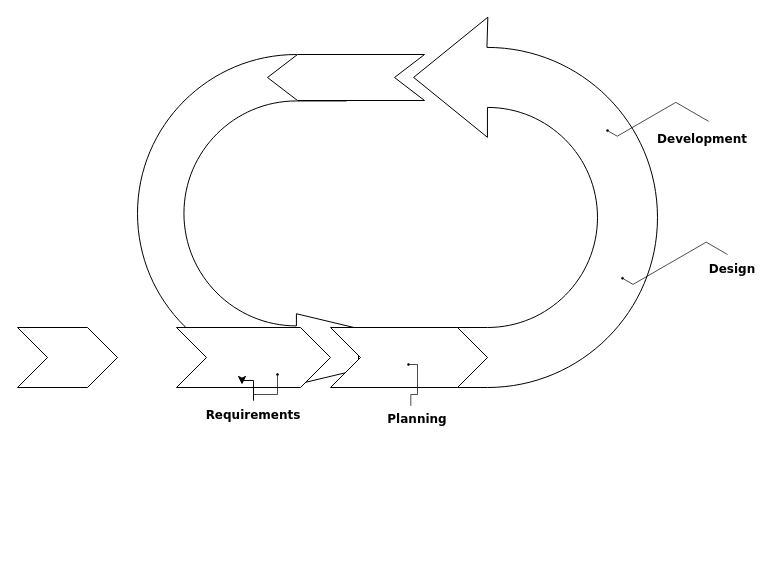
The draw.io diagram Chapter 5.drawio in ur1el0/Capstone, before the edit. Source tidied: cells renumbered, new cells numbered last; positions are measured from the earlier drawing's top-left corner, leaving out a move shared by most shapes. Both pictures are drawn from the tidied source at 100%, with x=0, y=0 at pixel (17, 17).
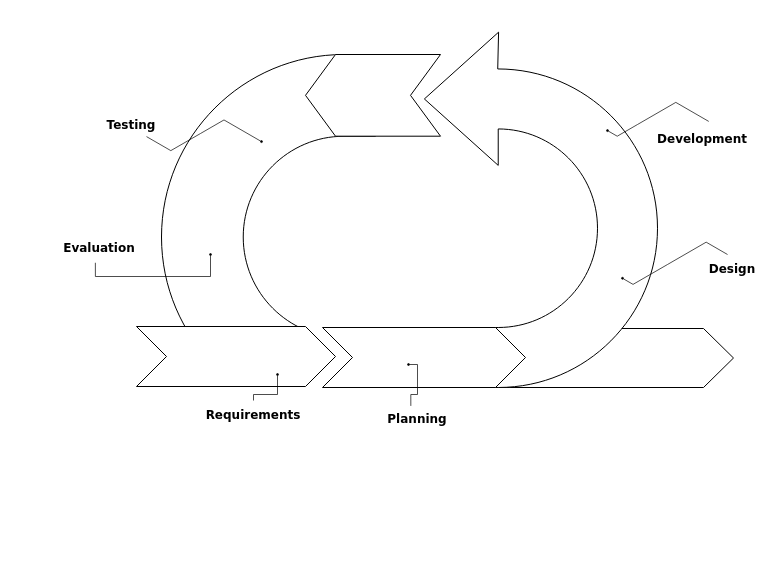
Above is the later version.

Commit message:
draft chap 5 fig 4

The change refers to these unchanged cells:
```xml
<mxCell id="7" value="&lt;b&gt;&lt;font face=&quot;Verdana&quot;&gt;Requirements&lt;/font&gt;&lt;/b&gt;" style="text;html=1;whiteSpace=wrap;strokeColor=none;fillColor=none;align=center;verticalAlign=middle;rounded=0;" parent="1" vertex="1">
  <mxGeometry x="206" y="383" width="60" height="30" as="geometry" />
</mxCell>
```

Change to the diagram source:
```diff
@@
+    <mxCell id="17" style="html=1;shadow=0;dashed=0;align=center;verticalAlign=middle;shape=mxgraph.arrows2.arrow;dy=0;dx=30;notch=30;strokeColor=default;perimeterSpacing=6;" parent="1" vertex="1">
+      <mxGeometry x="476" y="311" width="240" height="59" as="geometry" />
+    </mxCell>
-    <mxCell id="2" style="html=1;shadow=0;dashed=0;align=center;verticalAlign=middle;shape=mxgraph.arrows2.uTurnArrow;dy=23.22;arrowHead=70.76;dx2=147.95;direction=east;flipH=0;legacyAnchorPoints=0;flipV=1;fixDash=0;contract=0;comic=0;miterlimit=4;linecap=square;strokeColor=default;" parent="1" vertex="1">
-      <mxGeometry x="120" y="37" width="209" height="330" as="geometry" />
+    <mxCell id="2" style="html=1;shadow=0;dashed=0;align=center;verticalAlign=middle;shape=mxgraph.arrows2.uTurnArrow;dy=40.87;arrowHead=107.7;dx2=147.95;direction=east;flipH=0;legacyAnchorPoints=0;flipV=1;fixDash=0;contract=0;comic=0;miterlimit=4;linecap=square;strokeColor=default;" parent="1" vertex="1">
+      <mxGeometry x="144" y="37" width="214" height="378" as="geometry" />
     </mxCell>
+    <mxCell id="18" style="rounded=0;whiteSpace=wrap;html=1;fillColor=default;strokeColor=none;" parent="1" vertex="1">
+      <mxGeometry x="285" y="239" width="185" height="168" as="geometry" />
+    </mxCell>
+    <mxCell id="19" style="rounded=0;whiteSpace=wrap;html=1;fillColor=default;strokeColor=none;" parent="1" vertex="1">
+      <mxGeometry x="199" y="360" width="260" height="168" as="geometry" />
+    </mxCell>
-    <mxCell id="3" style="html=1;shadow=0;dashed=0;align=center;verticalAlign=middle;shape=mxgraph.arrows2.uTurnArrow;dy=30;arrowHead=119.81;dx2=73.83;direction=west;flipH=0;legacyAnchorPoints=0;flipV=1;fixDash=0;contract=0;comic=0;miterlimit=4;linecap=square;strokeColor=default;" parent="1" vertex="1">
-      <mxGeometry x="341" width="299" height="370" as="geometry" />
+    <mxCell id="3" style="html=1;shadow=0;dashed=0;align=center;verticalAlign=middle;shape=mxgraph.arrows2.uTurnArrow;dy=30;arrowHead=132.89;dx2=73.83;direction=west;flipH=0;legacyAnchorPoints=0;flipV=1;fixDash=0;contract=0;comic=0;miterlimit=4;linecap=square;strokeColor=default;" parent="1" vertex="1">
+      <mxGeometry x="341" y="15" width="299" height="355" as="geometry" />
     </mxCell>
     <mxCell id="4" style="html=1;shadow=0;dashed=0;align=center;verticalAlign=middle;shape=mxgraph.arrows2.arrow;dy=0;dx=30;notch=30;strokeColor=default;perimeterSpacing=6;" parent="1" vertex="1">
-      <mxGeometry x="313" y="310" width="157" height="60" as="geometry" />
+      <mxGeometry x="305" y="310" width="203" height="60" as="geometry" />
     </mxCell>
     <mxCell id="5" style="html=1;shadow=0;dashed=0;align=center;verticalAlign=middle;shape=mxgraph.arrows2.arrow;dy=0;dx=30;notch=30;" parent="1" vertex="1">
-      <mxGeometry x="159" y="310" width="154" height="60" as="geometry" />
+      <mxGeometry x="119" y="309" width="199" height="60" as="geometry" />
     </mxCell>
-    <mxCell id="6" style="edgeStyle=orthogonalEdgeStyle;rounded=0;jettySize=auto;html=1;" parent="1" edge="1" source="7" target="2">
-      <mxGeometry relative="1" as="geometry" />
-    </mxCell>
@@
+    <mxCell id="20" style="endArrow=oval;html=1;rounded=0;fontSize=12;startSize=8;endSize=2;endFill=1;edgeStyle=isometricEdgeStyle;strokeWidth=0.7;elbow=vertical;" parent="1" edge="1">
+      <mxGeometry relative="1" as="geometry">
+        <mxPoint x="129" y="119.1" as="sourcePoint" />
+        <mxPoint x="244" y="124.1" as="targetPoint" />
+        <Array as="points">
+          <mxPoint x="183" y="116" />
+        </Array>
+      </mxGeometry>
+    </mxCell>
+    <mxCell id="21" value="&lt;b&gt;&lt;font face=&quot;Verdana&quot;&gt;Testing&lt;/font&gt;&lt;/b&gt;" style="text;html=1;whiteSpace=wrap;strokeColor=none;fillColor=none;align=center;verticalAlign=middle;rounded=0;" parent="1" vertex="1">
+      <mxGeometry x="84" y="93" width="60" height="30" as="geometry" />
+    </mxCell>
+    <mxCell id="22" value="&lt;b&gt;&lt;font face=&quot;Verdana&quot;&gt;Evaluation&lt;/font&gt;&lt;/b&gt;" style="text;html=1;whiteSpace=wrap;strokeColor=none;fillColor=none;align=center;verticalAlign=middle;rounded=0;" parent="1" vertex="1">
+      <mxGeometry x="52" y="216" width="60" height="30" as="geometry" />
+    </mxCell>
+    <mxCell id="23" style="endArrow=oval;html=1;rounded=0;fontSize=12;startSize=8;endSize=2;endFill=1;edgeStyle=orthogonalEdgeStyle;strokeWidth=0.7;exitX=0.431;exitY=0.975;exitDx=0;exitDy=0;exitPerimeter=0;" parent="1" edge="1" source="22">
+      <mxGeometry relative="1" as="geometry">
+        <mxPoint x="193" y="237" as="targetPoint" />
+        <Array as="points">
+          <mxPoint x="78" y="259" />
+          <mxPoint x="193" y="259" />
+        </Array>
+      </mxGeometry>
+    </mxCell>
     <mxCell id="15" style="html=1;shadow=0;dashed=0;align=center;verticalAlign=middle;shape=mxgraph.arrows2.arrow;dy=0;dx=30;notch=30;strokeColor=default;perimeterSpacing=6;direction=west;" parent="1" vertex="1">
-      <mxGeometry x="250" y="37" width="157" height="46" as="geometry" />
+      <mxGeometry x="288" y="37" width="135" height="81.7" as="geometry" />
     </mxCell>
-    <mxCell id="16" style="html=1;shadow=0;dashed=0;align=center;verticalAlign=middle;shape=mxgraph.arrows2.arrow;dy=0;dx=30;notch=30;" parent="1" vertex="1">
-      <mxGeometry y="310" width="100" height="60" as="geometry" />
-    </mxCell>
```
